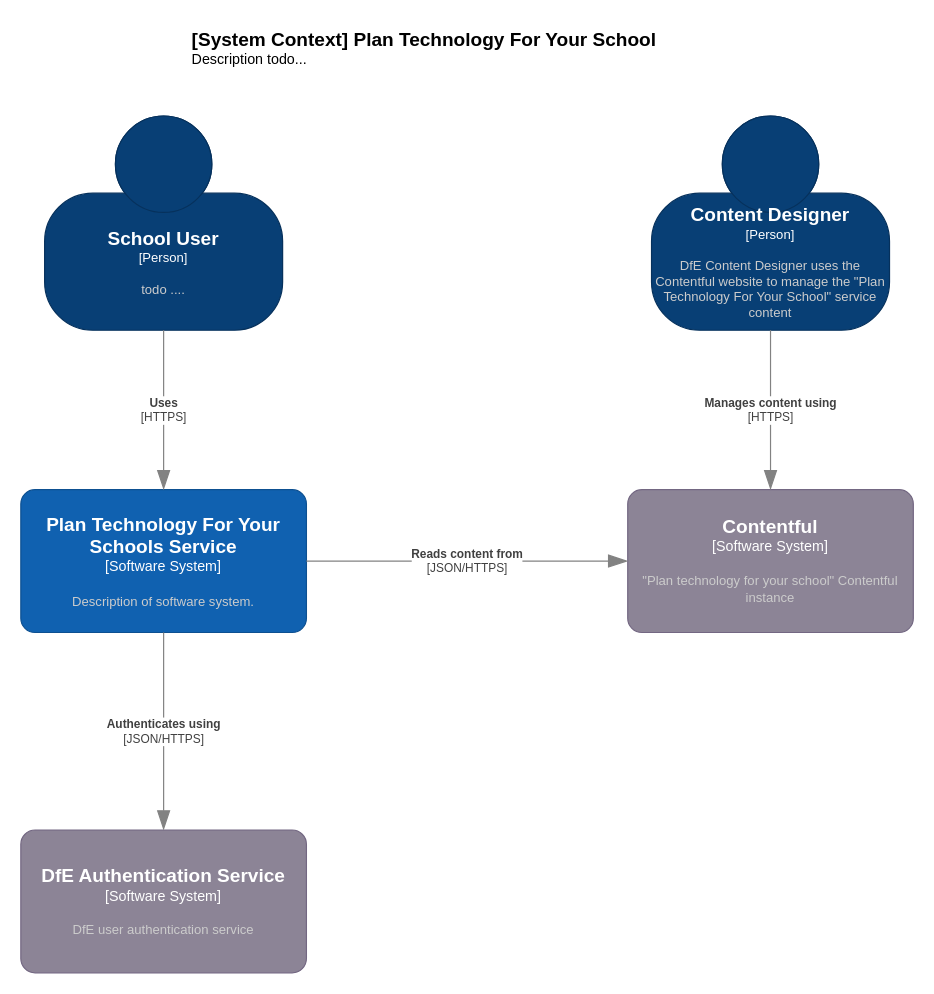
The draw.io diagram page "system-context" (1 of 3) of docs/diagrams/c4-model.drawio in DFE-Digital/sts-plan-technology-for-your-school, before the edit. Source tidied: cells renumbered, new cells numbered last; positions are measured from the earlier drawing's top-left corner, leaving out a move shared by most shapes. Both pictures are drawn from the tidied source at 119%, with x=0, y=0 at pixel (20, 20).
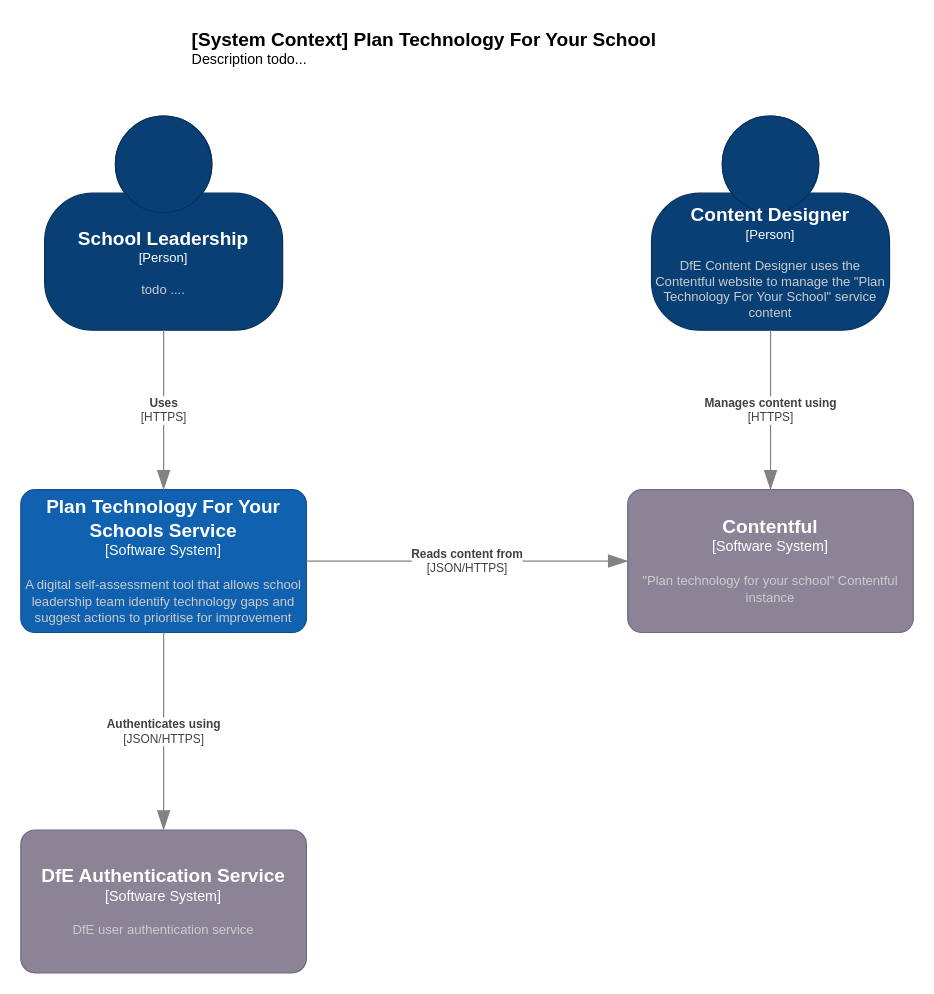
After the change.

What changed in the source:
```diff
@@
 <mxGraphModel>
   <root>
     <mxCell id="0" />
     <mxCell id="1" parent="0" />
     <object id="2" label="&lt;font style=&quot;font-size: 16px&quot;&gt;&lt;b&gt;%c4Name%&lt;/b&gt;&lt;/font&gt;&lt;div&gt;[%c4Type%]&lt;/div&gt;&lt;br&gt;&lt;div&gt;&lt;font style=&quot;font-size: 11px&quot;&gt;&lt;font color=&quot;#cccccc&quot;&gt;%c4Description%&lt;/font&gt;&lt;/div&gt;" c4Description="&quot;Plan technology for your school&quot; Contentful instance" c4Name="Contentful" c4Type="Software System" placeholders="1">
       <mxCell style="rounded=1;whiteSpace=wrap;html=1;labelBackgroundColor=none;fillColor=#8C8496;fontColor=#ffffff;align=center;arcSize=10;strokeColor=#736782;points=[[0.25,0,0],[0.5,0,0],[0.75,0,0],[1,0.25,0],[1,0.5,0],[1,0.75,0],[0.75,1,0],[0.5,1,0],[0.25,1,0],[0,0.75,0],[0,0.5,0],[0,0.25,0]];" parent="1" vertex="1">
         <mxGeometry x="510" y="394" width="240" height="120" as="geometry" />
       </mxCell>
     </object>
     <object id="3" label="&lt;font style=&quot;font-size: 16px&quot;&gt;&lt;b&gt;%c4Name%&lt;/b&gt;&lt;/font&gt;&lt;div&gt;[%c4Type%]&lt;/div&gt;&lt;br&gt;&lt;div&gt;&lt;font style=&quot;font-size: 11px&quot;&gt;&lt;font color=&quot;#cccccc&quot;&gt;%c4Description%&lt;/font&gt;&lt;/div&gt;" c4Description="DfE Content Designer uses the Contentful website to manage the &quot;Plan Technology For Your School&quot; service content" c4Name="Content Designer" c4Type="Person" placeholders="1">
       <mxCell style="html=1;fontSize=11;dashed=0;whiteSpace=wrap;fillColor=#083F75;strokeColor=#06315C;fontColor=#ffffff;shape=mxgraph.c4.person2;align=center;points=[[0.5,0,0],[1,0.5,0],[1,0.75,0],[0.75,1,0],[0.5,1,0],[0.25,1,0],[0,0.75,0],[0,0.5,0]];" parent="1" vertex="1">
         <mxGeometry x="530" y="80" width="200" height="180" as="geometry" />
       </mxCell>
     </object>
     <object id="4" label="&lt;div style=&quot;text-align: left&quot;&gt;&lt;div style=&quot;text-align: center&quot;&gt;&lt;b&gt;%c4Description%&lt;/b&gt;&lt;/div&gt;&lt;div style=&quot;text-align: center&quot;&gt;[%c4Technology%]&lt;/div&gt;&lt;/div&gt;" c4Description="Manages content using" c4Technology="HTTPS" placeholders="1">
       <mxCell style="endArrow=blockThin;html=1;fontSize=10;fontColor=#404040;strokeWidth=1;endFill=1;strokeColor=#828282;elbow=vertical;endSize=14;startSize=14;jumpStyle=arc;jumpSize=16;rounded=0;edgeStyle=orthogonalEdgeStyle;exitX=0.5;exitY=1;exitDx=0;exitDy=0;exitPerimeter=0;" parent="1" edge="1" source="3" target="2">
         <mxGeometry relative="1" as="geometry" />
       </mxCell>
     </object>
     <object id="5" label="&lt;font style=&quot;font-size: 16px&quot;&gt;&lt;b&gt;%c4Name%&lt;/b&gt;&lt;/font&gt;&lt;div&gt;[%c4Type%]&lt;/div&gt;&lt;br&gt;&lt;div&gt;&lt;font style=&quot;font-size: 11px&quot;&gt;&lt;font color=&quot;#cccccc&quot;&gt;%c4Description%&lt;/font&gt;&lt;/div&gt;" c4Description="DfE user authentication service" c4Name="DfE Authentication Service" c4Type="Software System" placeholders="1">
       <mxCell style="rounded=1;whiteSpace=wrap;html=1;labelBackgroundColor=none;fillColor=#8C8496;fontColor=#ffffff;align=center;arcSize=10;strokeColor=#736782;points=[[0.25,0,0],[0.5,0,0],[0.75,0,0],[1,0.25,0],[1,0.5,0],[1,0.75,0],[0.75,1,0],[0.5,1,0],[0.25,1,0],[0,0.75,0],[0,0.5,0],[0,0.25,0]];" parent="1" vertex="1">
         <mxGeometry y="680" width="240" height="120" as="geometry" />
       </mxCell>
     </object>
-    <object id="6" label="&lt;font style=&quot;font-size: 16px&quot;&gt;&lt;b&gt;%c4Name%&lt;/b&gt;&lt;/font&gt;&lt;div&gt;[%c4Type%]&lt;/div&gt;&lt;br&gt;&lt;div&gt;&lt;font style=&quot;font-size: 11px&quot;&gt;&lt;font color=&quot;#cccccc&quot;&gt;%c4Description%&lt;/font&gt;&lt;/div&gt;" c4Description="Description of software system." c4Name="Plan Technology For Your Schools Service" c4Type="Software System" placeholders="1">
+    <object id="6" label="&lt;font style=&quot;font-size: 16px&quot;&gt;&lt;b&gt;%c4Name%&lt;/b&gt;&lt;/font&gt;&lt;div&gt;[%c4Type%]&lt;/div&gt;&lt;br&gt;&lt;div&gt;&lt;font style=&quot;font-size: 11px&quot;&gt;&lt;font color=&quot;#cccccc&quot;&gt;%c4Description%&lt;/font&gt;&lt;/div&gt;" c4Description="A digital self-assessment tool that allows school leadership team identify technology gaps and suggest actions to prioritise for improvement" c4Name="Plan Technology For Your Schools Service" c4Type="Software System" placeholders="1">
       <mxCell style="rounded=1;whiteSpace=wrap;html=1;labelBackgroundColor=none;fillColor=#1061B0;fontColor=#ffffff;align=center;arcSize=10;strokeColor=#0D5091;points=[[0.25,0,0],[0.5,0,0],[0.75,0,0],[1,0.25,0],[1,0.5,0],[1,0.75,0],[0.75,1,0],[0.5,1,0],[0.25,1,0],[0,0.75,0],[0,0.5,0],[0,0.25,0]];" parent="1" vertex="1">
         <mxGeometry y="394" width="240" height="120" as="geometry" />
       </mxCell>
     </object>
     <object id="7" label="&lt;div style=&quot;text-align: left&quot;&gt;&lt;div style=&quot;text-align: center&quot;&gt;&lt;b&gt;%c4Description%&lt;/b&gt;&lt;/div&gt;&lt;div style=&quot;text-align: center&quot;&gt;[%c4Technology%]&lt;/div&gt;&lt;/div&gt;" c4Description="Reads content from" c4Technology="JSON/HTTPS" placeholders="1">
       <mxCell style="endArrow=blockThin;html=1;fontSize=10;fontColor=#404040;strokeWidth=1;endFill=1;strokeColor=#828282;elbow=vertical;endSize=14;startSize=14;jumpStyle=arc;jumpSize=16;rounded=0;edgeStyle=orthogonalEdgeStyle;exitX=1;exitY=0.5;exitDx=0;exitDy=0;exitPerimeter=0;entryX=0;entryY=0.5;entryDx=0;entryDy=0;entryPerimeter=0;" parent="1" edge="1" source="6" target="2">
         <mxGeometry relative="1" as="geometry" />
       </mxCell>
     </object>
     <object id="8" label="&lt;div style=&quot;text-align: left&quot;&gt;&lt;div style=&quot;text-align: center&quot;&gt;&lt;b&gt;%c4Description%&lt;/b&gt;&lt;/div&gt;&lt;div style=&quot;text-align: center&quot;&gt;[%c4Technology%]&lt;/div&gt;&lt;/div&gt;" c4Description="Authenticates using" c4Technology="JSON/HTTPS" placeholders="1">
       <mxCell style="endArrow=blockThin;html=1;fontSize=10;fontColor=#404040;strokeWidth=1;endFill=1;strokeColor=#828282;elbow=vertical;endSize=14;startSize=14;jumpStyle=arc;jumpSize=16;rounded=0;edgeStyle=orthogonalEdgeStyle;exitX=0.5;exitY=1;exitDx=0;exitDy=0;exitPerimeter=0;entryX=0.5;entryY=0;entryDx=0;entryDy=0;entryPerimeter=0;" parent="1" edge="1" source="6" target="5">
         <mxGeometry relative="1" as="geometry" />
       </mxCell>
     </object>
-    <object id="9" label="&lt;font style=&quot;font-size: 16px&quot;&gt;&lt;b&gt;%c4Name%&lt;/b&gt;&lt;/font&gt;&lt;div&gt;[%c4Type%]&lt;/div&gt;&lt;br&gt;&lt;div&gt;&lt;font style=&quot;font-size: 11px&quot;&gt;&lt;font color=&quot;#cccccc&quot;&gt;%c4Description%&lt;/font&gt;&lt;/div&gt;" c4Description="todo ...." c4Name="School User" c4Type="Person" placeholders="1">
+    <object id="9" label="&lt;font style=&quot;font-size: 16px&quot;&gt;&lt;b&gt;%c4Name%&lt;/b&gt;&lt;/font&gt;&lt;div&gt;[%c4Type%]&lt;/div&gt;&lt;br&gt;&lt;div&gt;&lt;font style=&quot;font-size: 11px&quot;&gt;&lt;font color=&quot;#cccccc&quot;&gt;%c4Description%&lt;/font&gt;&lt;/div&gt;" c4Description="todo ...." c4Name="School Leadership" c4Type="Person" placeholders="1">
       <mxCell style="html=1;fontSize=11;dashed=0;whiteSpace=wrap;fillColor=#083F75;strokeColor=#06315C;fontColor=#ffffff;shape=mxgraph.c4.person2;align=center;points=[[0.5,0,0],[1,0.5,0],[1,0.75,0],[0.75,1,0],[0.5,1,0],[0.25,1,0],[0,0.75,0],[0,0.5,0]];" parent="1" vertex="1">
         <mxGeometry x="20" y="80" width="200" height="180" as="geometry" />
       </mxCell>
     </object>
     <object id="10" label="&lt;font style=&quot;font-size: 16px&quot;&gt;&lt;b&gt;&lt;div style=&quot;text-align: left&quot;&gt;%c4Name%&lt;/div&gt;&lt;/b&gt;&lt;/font&gt;&lt;div style=&quot;text-align: left&quot;&gt;%c4Description%&lt;/div&gt;" c4Description="Description todo..." c4Name="[System Context] Plan Technology For Your School" placeholders="1">
       <mxCell style="text;html=1;strokeColor=none;fillColor=none;align=left;verticalAlign=top;whiteSpace=wrap;rounded=0;" parent="1" vertex="1">
         <mxGeometry x="142" width="465" height="40" as="geometry" />
       </mxCell>
     </object>
     <object id="11" label="&lt;div style=&quot;text-align: left&quot;&gt;&lt;div style=&quot;text-align: center&quot;&gt;&lt;b&gt;%c4Description%&lt;/b&gt;&lt;/div&gt;&lt;div style=&quot;text-align: center&quot;&gt;[%c4Technology%]&lt;/div&gt;&lt;/div&gt;" c4Description="Uses" c4Technology="HTTPS" placeholders="1">
       <mxCell style="endArrow=blockThin;html=1;fontSize=10;fontColor=#404040;strokeWidth=1;endFill=1;strokeColor=#828282;elbow=vertical;endSize=14;startSize=14;jumpStyle=arc;jumpSize=16;rounded=0;edgeStyle=orthogonalEdgeStyle;exitX=0.5;exitY=1;exitDx=0;exitDy=0;exitPerimeter=0;entryX=0.5;entryY=0;entryDx=0;entryDy=0;entryPerimeter=0;" parent="1" edge="1" source="9" target="6">
         <mxGeometry relative="1" as="geometry" />
       </mxCell>
     </object>
   </root>
 </mxGraphModel>
```
